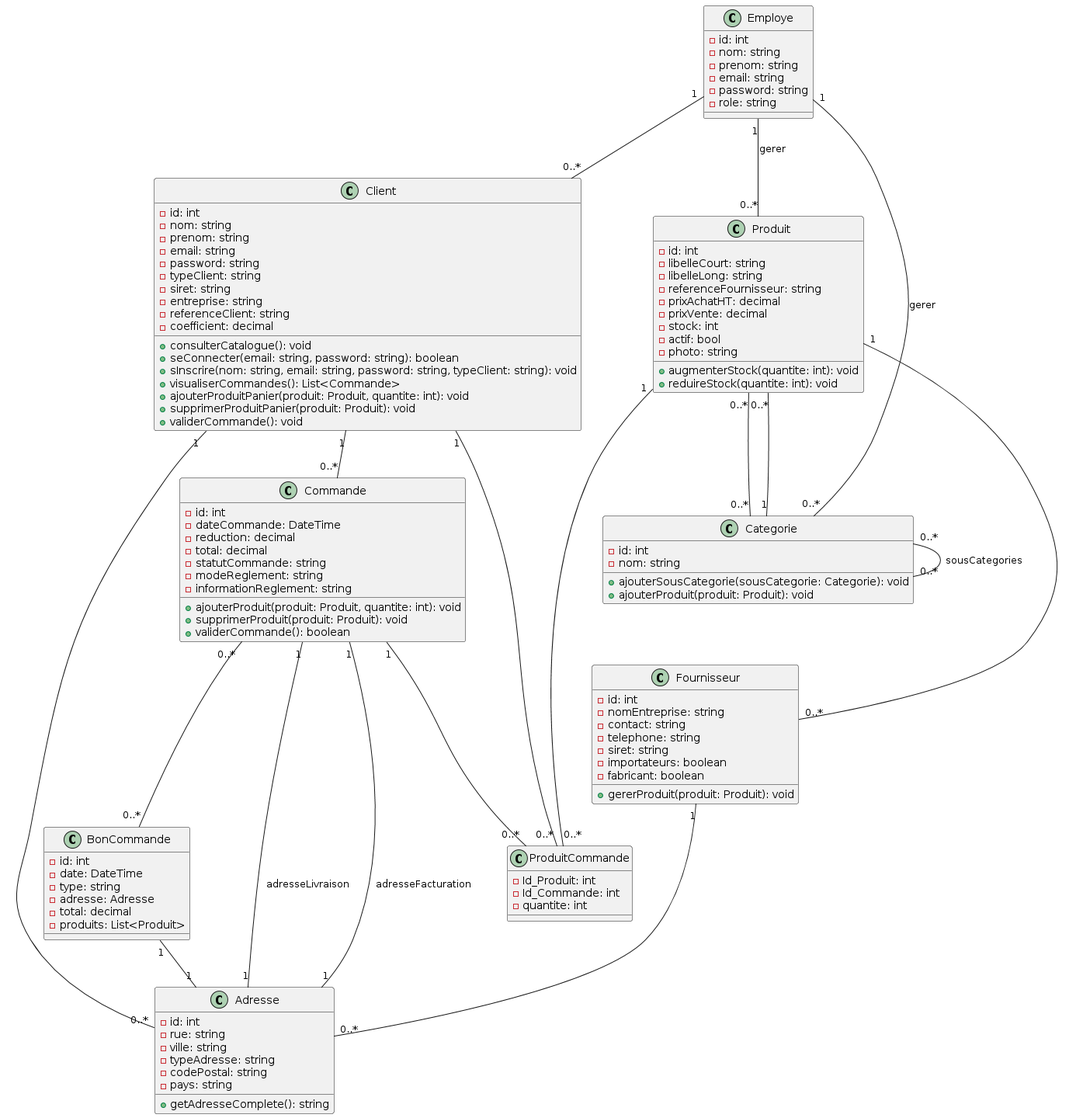
clemence95/villagegreen keeps this PlantUML diagram as modelisation/diagramme_classe.png. Above is the earlier version.
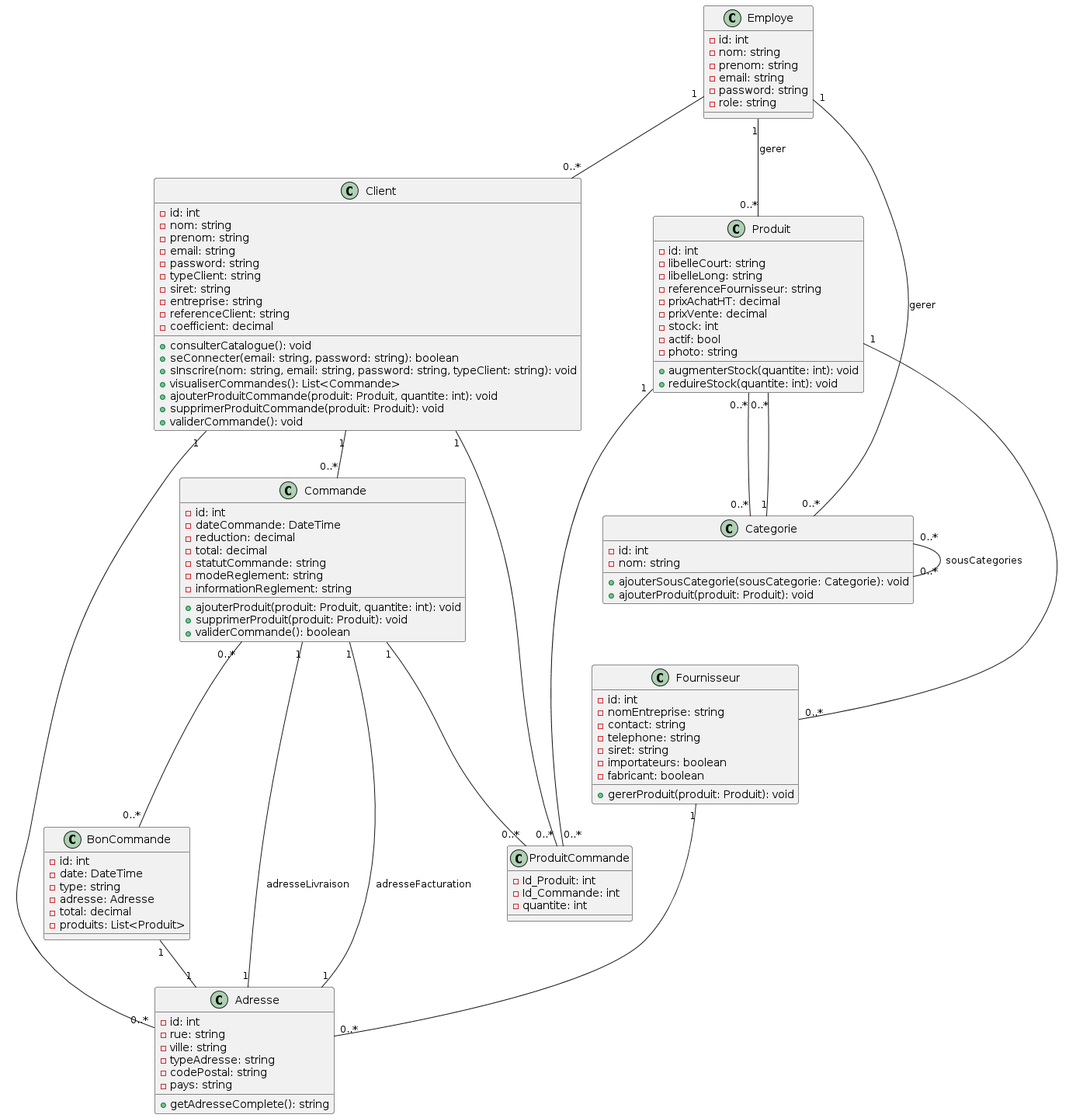
After the commit.

Change to the diagram source:
```diff
@@ -14,8 +14,8 @@
     + seConnecter(email: string, password: string): boolean
     + sInscrire(nom: string, email: string, password: string, typeClient: string): void
     + visualiserCommandes(): List<Commande>
-    + ajouterProduitPanier(produit: Produit, quantite: int): void
-    + supprimerProduitPanier(produit: Produit): void
+    + ajouterProduitCommande(produit: Produit, quantite: int): void
+    + supprimerProduitCommande(produit: Produit): void
     + validerCommande(): void
 }
 
```
